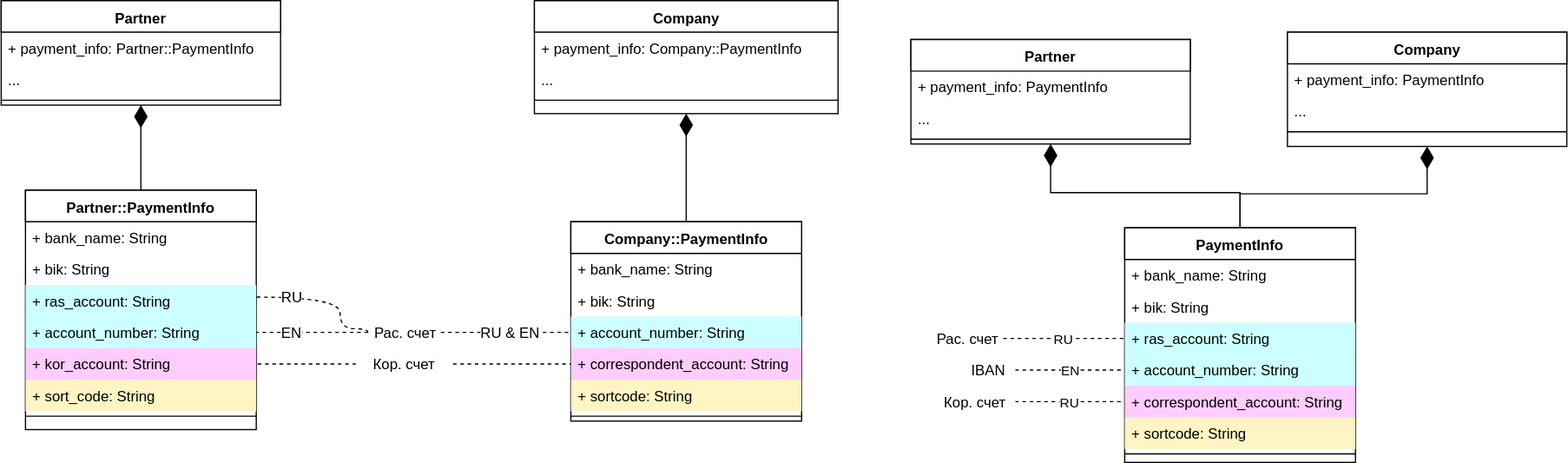
ajile/draw-io keeps this draw.io diagram as payment-info.svg. Above is the earlier version. Source tidied: cells renumbered, new cells last; positions are measured from the earlier drawing's top-left corner, leaving out a move shared by most shapes. Source of this version:
```xml
<mxGraphModel background="#ffffff">
  <root>
    <mxCell id="0" />
    <mxCell id="1" parent="0" />
    <mxCell id="2" style="edgeStyle=orthogonalEdgeStyle;rounded=0;html=1;jettySize=auto;endArrow=diamondThin;endFill=1;endSize=16;" parent="1" edge="1" source="3" target="18">
      <mxGeometry relative="1" as="geometry" />
    </mxCell>
    <mxCell id="3" value="Partner::&lt;span&gt;PaymentInfo&lt;/span&gt;" style="swimlane;html=1;fontStyle=1;align=center;verticalAlign=top;horizontal=1;startSize=26;swimlaneFillColor=#ffffff;" parent="1" vertex="1">
      <mxGeometry x="20" y="156" width="190" height="197" as="geometry" />
    </mxCell>
    <mxCell id="4" value="+ bank_name: String" style="text;html=1;strokeColor=none;fillColor=none;align=left;verticalAlign=top;spacingLeft=4;spacingRight=4;whiteSpace=wrap;overflow=hidden;" parent="3" vertex="1">
      <mxGeometry y="26" width="190" height="26" as="geometry" />
    </mxCell>
    <mxCell id="5" value="+ bik: String" style="text;html=1;strokeColor=none;fillColor=none;align=left;verticalAlign=top;spacingLeft=4;spacingRight=4;whiteSpace=wrap;overflow=hidden;" parent="3" vertex="1">
      <mxGeometry y="52" width="190" height="26" as="geometry" />
    </mxCell>
    <mxCell id="6" value="+ ras_account: String" style="text;html=1;strokeColor=none;fillColor=#CCFFFF;align=left;verticalAlign=top;spacingLeft=4;spacingRight=4;whiteSpace=wrap;overflow=hidden;points=[[0,0.5],[1,0.5]];portConstraint=eastwest;" parent="3" vertex="1">
      <mxGeometry y="78" width="190" height="26" as="geometry" />
    </mxCell>
    <mxCell id="7" value="+ account_number: String" style="text;html=1;strokeColor=none;fillColor=#CCFFFF;align=left;verticalAlign=top;spacingLeft=4;spacingRight=4;whiteSpace=wrap;overflow=hidden;points=[[0,0.5],[1,0.5]];portConstraint=eastwest;" parent="3" vertex="1">
      <mxGeometry y="104" width="190" height="26" as="geometry" />
    </mxCell>
    <mxCell id="8" value="+ kor_account: String" style="text;html=1;strokeColor=none;fillColor=#FFCCFF;align=left;verticalAlign=top;spacingLeft=4;spacingRight=4;whiteSpace=wrap;overflow=hidden;points=[[0,0.5],[1,0.5]];portConstraint=eastwest;" parent="3" vertex="1">
      <mxGeometry y="130" width="190" height="26" as="geometry" />
    </mxCell>
    <mxCell id="9" value="+ sort_code: String" style="text;html=1;strokeColor=none;fillColor=#FFF4C3;align=left;verticalAlign=top;spacingLeft=4;spacingRight=4;whiteSpace=wrap;overflow=hidden;" parent="3" vertex="1">
      <mxGeometry y="156" width="190" height="26" as="geometry" />
    </mxCell>
    <mxCell id="10" style="line;html=1;strokeWidth=1;fillColor=none;align=left;verticalAlign=middle;spacingTop=-1;spacingLeft=3;spacingRight=3;labelPosition=right;" parent="3" vertex="1">
      <mxGeometry y="182" width="190" height="8" as="geometry" />
    </mxCell>
    <mxCell id="11" value="Company::&lt;span&gt;PaymentInfo&lt;/span&gt;" style="swimlane;html=1;fontStyle=1;align=center;verticalAlign=top;horizontal=1;startSize=26;swimlaneFillColor=#ffffff;" parent="1" vertex="1">
      <mxGeometry x="469" y="182" width="190" height="164" as="geometry" />
    </mxCell>
    <mxCell id="12" value="+ bank_name: String" style="text;html=1;strokeColor=none;fillColor=none;align=left;verticalAlign=top;spacingLeft=4;spacingRight=4;whiteSpace=wrap;overflow=hidden;" parent="11" vertex="1">
      <mxGeometry y="26" width="190" height="26" as="geometry" />
    </mxCell>
    <mxCell id="13" value="+ bik: String" style="text;html=1;strokeColor=none;fillColor=none;align=left;verticalAlign=top;spacingLeft=4;spacingRight=4;whiteSpace=wrap;overflow=hidden;" parent="11" vertex="1">
      <mxGeometry y="52" width="190" height="26" as="geometry" />
    </mxCell>
    <mxCell id="14" value="+ account_number: String" style="text;html=1;strokeColor=none;fillColor=#CCFFFF;align=left;verticalAlign=top;spacingLeft=4;spacingRight=4;whiteSpace=wrap;overflow=hidden;points=[[0,0.5],[1,0.5]];portConstraint=eastwest;" parent="11" vertex="1">
      <mxGeometry y="78" width="190" height="26" as="geometry" />
    </mxCell>
    <mxCell id="15" value="+ correspondent_account: String" style="text;html=1;strokeColor=none;fillColor=#FFCCFF;align=left;verticalAlign=top;spacingLeft=4;spacingRight=4;whiteSpace=wrap;overflow=hidden;points=[[0,0.5],[1,0.5]];portConstraint=eastwest;" parent="11" vertex="1">
      <mxGeometry y="104" width="190" height="26" as="geometry" />
    </mxCell>
    <mxCell id="16" value="+ sortcode: String" style="text;html=1;strokeColor=none;fillColor=#FFF4C3;align=left;verticalAlign=top;spacingLeft=4;spacingRight=4;whiteSpace=wrap;overflow=hidden;" parent="11" vertex="1">
      <mxGeometry y="130" width="190" height="26" as="geometry" />
    </mxCell>
    <mxCell id="17" style="line;html=1;strokeWidth=1;fillColor=none;align=left;verticalAlign=middle;spacingTop=-1;spacingLeft=3;spacingRight=3;labelPosition=right;" parent="11" vertex="1">
      <mxGeometry y="156" width="190" height="8" as="geometry" />
    </mxCell>
    <mxCell id="18" value="Partner" style="swimlane;html=1;fontStyle=1;align=center;verticalAlign=top;horizontal=1;startSize=26;swimlaneFillColor=#ffffff;" parent="1" vertex="1">
      <mxGeometry width="230" height="86" as="geometry" />
    </mxCell>
    <mxCell id="19" value="+ payment_info: Partner::PaymentInfo" style="text;html=1;strokeColor=none;fillColor=none;align=left;verticalAlign=top;spacingLeft=4;spacingRight=4;whiteSpace=wrap;overflow=hidden;" parent="18" vertex="1">
      <mxGeometry y="26" width="230" height="26" as="geometry" />
    </mxCell>
    <mxCell id="20" value="..." style="text;html=1;strokeColor=none;fillColor=none;align=left;verticalAlign=top;spacingLeft=4;spacingRight=4;whiteSpace=wrap;overflow=hidden;" parent="18" vertex="1">
      <mxGeometry y="52" width="230" height="26" as="geometry" />
    </mxCell>
    <mxCell id="21" style="line;html=1;strokeWidth=1;fillColor=none;align=left;verticalAlign=middle;spacingTop=-1;spacingLeft=3;spacingRight=3;labelPosition=right;" parent="18" vertex="1">
      <mxGeometry y="78" width="230" height="8" as="geometry" />
    </mxCell>
    <mxCell id="22" value="Company" style="swimlane;html=1;fontStyle=1;align=center;verticalAlign=top;horizontal=1;startSize=26;swimlaneFillColor=#ffffff;" parent="1" vertex="1">
      <mxGeometry x="439" width="250" height="93" as="geometry" />
    </mxCell>
    <mxCell id="23" value="+ payment_info:&amp;nbsp;&lt;span&gt;Company&lt;/span&gt;::PaymentInfo" style="text;html=1;strokeColor=none;fillColor=none;align=left;verticalAlign=top;spacingLeft=4;spacingRight=4;whiteSpace=wrap;overflow=hidden;" parent="22" vertex="1">
      <mxGeometry y="26" width="250" height="26" as="geometry" />
    </mxCell>
    <mxCell id="24" value="..." style="text;html=1;strokeColor=none;fillColor=none;align=left;verticalAlign=top;spacingLeft=4;spacingRight=4;whiteSpace=wrap;overflow=hidden;" parent="22" vertex="1">
      <mxGeometry y="52" width="250" height="26" as="geometry" />
    </mxCell>
    <mxCell id="25" style="line;html=1;strokeWidth=1;fillColor=none;align=left;verticalAlign=middle;spacingTop=-1;spacingLeft=3;spacingRight=3;labelPosition=right;" parent="22" vertex="1">
      <mxGeometry y="78" width="250" height="8" as="geometry" />
    </mxCell>
    <mxCell id="26" style="edgeStyle=orthogonalEdgeStyle;rounded=0;html=1;jettySize=auto;endArrow=diamondThin;endFill=1;endSize=16;" parent="1" edge="1" source="11" target="22">
      <mxGeometry relative="1" as="geometry" />
    </mxCell>
    <mxCell id="27" style="edgeStyle=orthogonalEdgeStyle;rounded=0;html=1;endArrow=diamondThin;endFill=1;endSize=16;jettySize=auto;" parent="1" edge="1" source="29" target="41">
      <mxGeometry relative="1" as="geometry" />
    </mxCell>
    <mxCell id="28" style="rounded=0;html=1;endArrow=diamondThin;endFill=1;endSize=16;jettySize=auto;edgeStyle=orthogonalEdgeStyle;" parent="1" edge="1" source="29" target="37">
      <mxGeometry relative="1" as="geometry" />
    </mxCell>
    <mxCell id="29" value="&lt;span&gt;PaymentInfo&lt;/span&gt;" style="swimlane;html=1;fontStyle=1;align=center;verticalAlign=top;horizontal=1;startSize=26;swimlaneFillColor=#ffffff;" parent="1" vertex="1">
      <mxGeometry x="925" y="187" width="190" height="193" as="geometry" />
    </mxCell>
    <mxCell id="30" value="+ bank_name: String" style="text;html=1;strokeColor=none;fillColor=none;align=left;verticalAlign=top;spacingLeft=4;spacingRight=4;whiteSpace=wrap;overflow=hidden;points=[[0,0.5],[1,0.5]];portConstraint=eastwest;" parent="29" vertex="1">
      <mxGeometry y="26" width="190" height="26" as="geometry" />
    </mxCell>
    <mxCell id="31" value="+ bik: String" style="text;html=1;strokeColor=none;fillColor=none;align=left;verticalAlign=top;spacingLeft=4;spacingRight=4;whiteSpace=wrap;overflow=hidden;points=[[0,0.5],[1,0.5]];portConstraint=eastwest;" parent="29" vertex="1">
      <mxGeometry y="52" width="190" height="26" as="geometry" />
    </mxCell>
    <mxCell id="32" value="+ ras_account: String" style="text;html=1;strokeColor=none;fillColor=#CCFFFF;align=left;verticalAlign=top;spacingLeft=4;spacingRight=4;whiteSpace=wrap;overflow=hidden;points=[[0,0.5],[1,0.5]];portConstraint=eastwest;" parent="29" vertex="1">
      <mxGeometry y="78" width="190" height="26" as="geometry" />
    </mxCell>
    <mxCell id="33" value="+ account_number: String" style="text;html=1;strokeColor=none;fillColor=#CCFFFF;align=left;verticalAlign=top;spacingLeft=4;spacingRight=4;whiteSpace=wrap;overflow=hidden;points=[[0,0.5],[1,0.5]];portConstraint=eastwest;" parent="29" vertex="1">
      <mxGeometry y="104" width="190" height="26" as="geometry" />
    </mxCell>
    <mxCell id="34" value="+ correspondent_account: String" style="text;html=1;strokeColor=none;fillColor=#FFCCFF;align=left;verticalAlign=top;spacingLeft=4;spacingRight=4;whiteSpace=wrap;overflow=hidden;points=[[0,0.5],[1,0.5]];portConstraint=eastwest;" parent="29" vertex="1">
      <mxGeometry y="130" width="190" height="26" as="geometry" />
    </mxCell>
    <mxCell id="35" value="+ sortcode: String" style="text;html=1;strokeColor=none;fillColor=#FFF4C3;align=left;verticalAlign=top;spacingLeft=4;spacingRight=4;whiteSpace=wrap;overflow=hidden;points=[[0,0.5],[1,0.5]];portConstraint=eastwest;" parent="29" vertex="1">
      <mxGeometry y="156" width="190" height="26" as="geometry" />
    </mxCell>
    <mxCell id="36" style="line;html=1;strokeWidth=1;fillColor=none;align=left;verticalAlign=middle;spacingTop=-1;spacingLeft=3;spacingRight=3;labelPosition=right;" parent="29" vertex="1">
      <mxGeometry y="182" width="190" height="8" as="geometry" />
    </mxCell>
    <mxCell id="37" value="Company" style="swimlane;html=1;fontStyle=1;align=center;verticalAlign=top;horizontal=1;startSize=26;swimlaneFillColor=#ffffff;" parent="1" vertex="1">
      <mxGeometry x="1059" y="26" width="230" height="94" as="geometry" />
    </mxCell>
    <mxCell id="38" value="+ payment_info: PaymentInfo" style="text;html=1;strokeColor=none;fillColor=none;align=left;verticalAlign=top;spacingLeft=4;spacingRight=4;whiteSpace=wrap;overflow=hidden;" parent="37" vertex="1">
      <mxGeometry y="26" width="230" height="26" as="geometry" />
    </mxCell>
    <mxCell id="39" value="..." style="text;html=1;strokeColor=none;fillColor=none;align=left;verticalAlign=top;spacingLeft=4;spacingRight=4;whiteSpace=wrap;overflow=hidden;" parent="37" vertex="1">
      <mxGeometry y="52" width="230" height="26" as="geometry" />
    </mxCell>
    <mxCell id="40" style="line;html=1;strokeWidth=1;fillColor=none;align=left;verticalAlign=middle;spacingTop=-1;spacingLeft=3;spacingRight=3;labelPosition=right;" parent="37" vertex="1">
      <mxGeometry y="78" width="230" height="8" as="geometry" />
    </mxCell>
    <mxCell id="41" value="Partner" style="swimlane;html=1;fontStyle=1;align=center;verticalAlign=top;horizontal=1;startSize=26;swimlaneFillColor=#ffffff;" parent="1" vertex="1">
      <mxGeometry x="749" y="32" width="230" height="86" as="geometry" />
    </mxCell>
    <mxCell id="42" value="+ payment_info: PaymentInfo" style="text;html=1;strokeColor=none;fillColor=none;align=left;verticalAlign=top;spacingLeft=4;spacingRight=4;whiteSpace=wrap;overflow=hidden;" parent="41" vertex="1">
      <mxGeometry y="26" width="230" height="26" as="geometry" />
    </mxCell>
    <mxCell id="43" value="..." style="text;html=1;strokeColor=none;fillColor=none;align=left;verticalAlign=top;spacingLeft=4;spacingRight=4;whiteSpace=wrap;overflow=hidden;" parent="41" vertex="1">
      <mxGeometry y="52" width="230" height="26" as="geometry" />
    </mxCell>
    <mxCell id="44" style="line;html=1;strokeWidth=1;fillColor=none;align=left;verticalAlign=middle;spacingTop=-1;spacingLeft=3;spacingRight=3;labelPosition=right;" parent="41" vertex="1">
      <mxGeometry y="78" width="230" height="8" as="geometry" />
    </mxCell>
    <mxCell id="45" style="edgeStyle=orthogonalEdgeStyle;rounded=0;html=1;entryX=0;entryY=0.5;endArrow=none;endFill=0;endSize=16;jettySize=auto;dashed=1;curved=1;" parent="1" edge="1" source="47" target="15">
      <mxGeometry relative="1" as="geometry" />
    </mxCell>
    <mxCell id="46" style="edgeStyle=orthogonalEdgeStyle;rounded=0;html=1;dashed=1;endArrow=none;endFill=0;endSize=16;jettySize=auto;curved=1;" parent="1" edge="1" source="47" target="8">
      <mxGeometry relative="1" as="geometry" />
    </mxCell>
    <mxCell id="47" value="&lt;span&gt;Кор. счет&lt;/span&gt;" style="text;html=1;strokeColor=none;fillColor=none;align=center;verticalAlign=middle;whiteSpace=wrap;" parent="1" vertex="1">
      <mxGeometry x="292" y="289" width="80" height="20" as="geometry" />
    </mxCell>
    <mxCell id="48" style="edgeStyle=orthogonalEdgeStyle;rounded=0;html=1;entryX=0;entryY=0.5;dashed=1;endArrow=none;endFill=0;endSize=16;jettySize=auto;curved=1;" parent="1" edge="1" source="54" target="14">
      <mxGeometry relative="1" as="geometry" />
    </mxCell>
    <mxCell id="49" value="&lt;span&gt;RU &amp;amp; EN&lt;/span&gt;" style="text;html=1;align=center;verticalAlign=middle;labelBackgroundColor=#ffffff;" parent="48" vertex="1">
      <mxGeometry x="-0.23" y="-1" relative="1" as="geometry">
        <mxPoint x="16" y="-2" as="offset" />
      </mxGeometry>
    </mxCell>
    <mxCell id="50" style="edgeStyle=orthogonalEdgeStyle;rounded=0;html=1;dashed=1;endArrow=none;endFill=0;endSize=16;jettySize=auto;curved=1;exitX=0;exitY=0.5;" parent="1" edge="1" source="54" target="6">
      <mxGeometry relative="1" as="geometry">
        <Array as="points">
          <mxPoint x="279" y="270" />
          <mxPoint x="279" y="244" />
        </Array>
      </mxGeometry>
    </mxCell>
    <mxCell id="51" value="RU" style="text;html=1;align=center;verticalAlign=middle;labelBackgroundColor=#ffffff;" parent="50" vertex="1">
      <mxGeometry x="0.47" y="1" relative="1" as="geometry">
        <mxPoint x="-3" y="-2" as="offset" />
      </mxGeometry>
    </mxCell>
    <mxCell id="52" style="edgeStyle=orthogonalEdgeStyle;rounded=0;html=1;dashed=1;endArrow=none;endFill=0;endSize=16;jettySize=auto;curved=1;" parent="1" edge="1" source="54" target="7">
      <mxGeometry relative="1" as="geometry" />
    </mxCell>
    <mxCell id="53" value="EN" style="text;html=1;align=center;verticalAlign=middle;labelBackgroundColor=#ffffff;" parent="52" vertex="1">
      <mxGeometry x="0.15" y="2" relative="1" as="geometry">
        <mxPoint x="-10" y="-3" as="offset" />
      </mxGeometry>
    </mxCell>
    <mxCell id="54" value="&lt;span&gt;Рас. счет&lt;/span&gt;&lt;br&gt;" style="text;html=1;strokeColor=none;fillColor=none;align=center;verticalAlign=middle;whiteSpace=wrap;" parent="1" vertex="1">
      <mxGeometry x="302" y="263" width="60" height="20" as="geometry" />
    </mxCell>
    <mxCell id="55" value="&lt;span&gt;RU&lt;/span&gt;" style="edgeStyle=orthogonalEdgeStyle;curved=1;rounded=0;html=1;dashed=1;endArrow=none;endFill=0;endSize=16;jettySize=auto;" parent="1" edge="1" source="56" target="34">
      <mxGeometry relative="1" as="geometry" />
    </mxCell>
    <mxCell id="56" value="&lt;span&gt;Кор. счет&lt;/span&gt;" style="text;html=1;strokeColor=none;fillColor=none;align=center;verticalAlign=middle;whiteSpace=wrap;" parent="1" vertex="1">
      <mxGeometry x="769" y="320" width="66" height="20" as="geometry" />
    </mxCell>
    <mxCell id="57" value="&lt;span&gt;RU&lt;/span&gt;" style="edgeStyle=orthogonalEdgeStyle;curved=1;rounded=0;html=1;dashed=1;endArrow=none;endFill=0;endSize=16;jettySize=auto;" parent="1" edge="1" source="58" target="32">
      <mxGeometry relative="1" as="geometry" />
    </mxCell>
    <mxCell id="58" value="&lt;span&gt;Рас. счет&lt;/span&gt;&lt;br&gt;" style="text;html=1;strokeColor=none;fillColor=none;align=center;verticalAlign=middle;whiteSpace=wrap;" parent="1" vertex="1">
      <mxGeometry x="765" y="268" width="60" height="20" as="geometry" />
    </mxCell>
    <mxCell id="59" value="&lt;span&gt;EN&lt;/span&gt;" style="edgeStyle=orthogonalEdgeStyle;curved=1;rounded=0;html=1;dashed=1;endArrow=none;endFill=0;endSize=16;jettySize=auto;" parent="1" edge="1" source="60" target="33">
      <mxGeometry relative="1" as="geometry" />
    </mxCell>
    <mxCell id="60" value="IBAN&lt;br&gt;" style="text;html=1;strokeColor=none;fillColor=none;align=center;verticalAlign=middle;whiteSpace=wrap;" parent="1" vertex="1">
      <mxGeometry x="789" y="294" width="46" height="20" as="geometry" />
    </mxCell>
  </root>
</mxGraphModel>
```
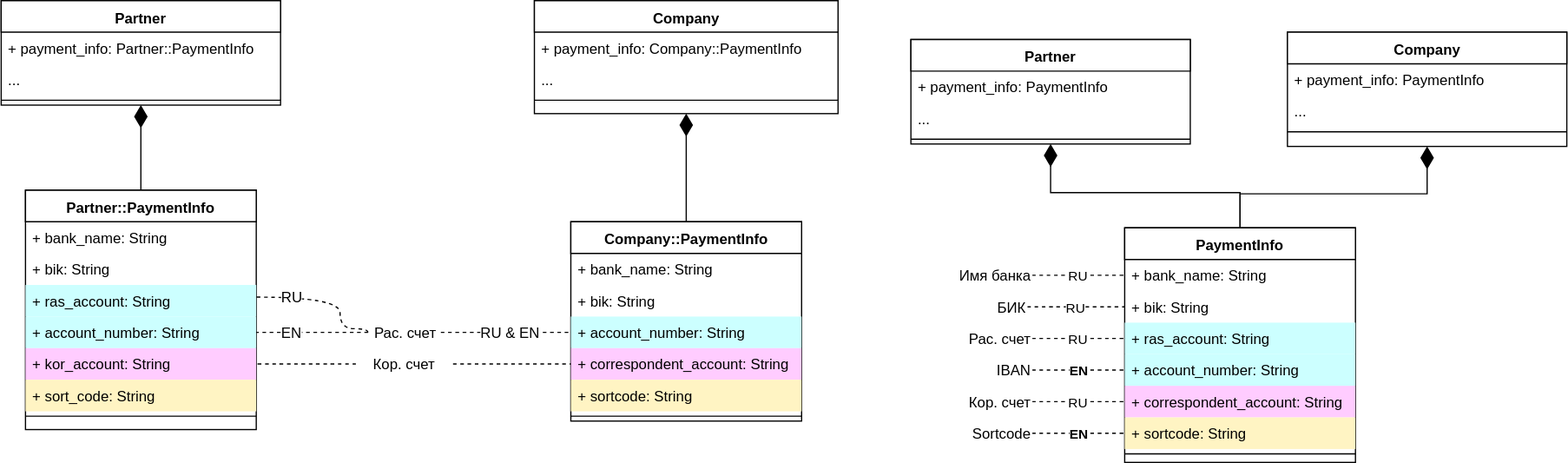
Later version of the same file.

Diff of the diagram source:
```diff
@@ -175,20 +175,38 @@
     <mxCell id="55" value="&lt;span&gt;RU&lt;/span&gt;" style="edgeStyle=orthogonalEdgeStyle;curved=1;rounded=0;html=1;dashed=1;endArrow=none;endFill=0;endSize=16;jettySize=auto;" parent="1" edge="1" source="56" target="34">
       <mxGeometry relative="1" as="geometry" />
     </mxCell>
-    <mxCell id="56" value="&lt;span&gt;Кор. счет&lt;/span&gt;" style="text;html=1;strokeColor=none;fillColor=none;align=center;verticalAlign=middle;whiteSpace=wrap;" parent="1" vertex="1">
-      <mxGeometry x="769" y="320" width="66" height="20" as="geometry" />
+    <mxCell id="56" value="&lt;span&gt;Кор. счет&lt;/span&gt;" style="text;html=1;strokeColor=none;fillColor=none;align=right;verticalAlign=middle;whiteSpace=wrap;" parent="1" vertex="1">
+      <mxGeometry x="769" y="320" width="80" height="20" as="geometry" />
     </mxCell>
     <mxCell id="57" value="&lt;span&gt;RU&lt;/span&gt;" style="edgeStyle=orthogonalEdgeStyle;curved=1;rounded=0;html=1;dashed=1;endArrow=none;endFill=0;endSize=16;jettySize=auto;" parent="1" edge="1" source="58" target="32">
       <mxGeometry relative="1" as="geometry" />
     </mxCell>
-    <mxCell id="58" value="&lt;span&gt;Рас. счет&lt;/span&gt;&lt;br&gt;" style="text;html=1;strokeColor=none;fillColor=none;align=center;verticalAlign=middle;whiteSpace=wrap;" parent="1" vertex="1">
-      <mxGeometry x="765" y="268" width="60" height="20" as="geometry" />
+    <mxCell id="58" value="&lt;span&gt;Рас. счет&lt;/span&gt;&lt;br&gt;" style="text;html=1;strokeColor=none;fillColor=none;align=right;verticalAlign=middle;whiteSpace=wrap;" parent="1" vertex="1">
+      <mxGeometry x="765" y="268" width="84" height="20" as="geometry" />
     </mxCell>
-    <mxCell id="59" value="&lt;span&gt;EN&lt;/span&gt;" style="edgeStyle=orthogonalEdgeStyle;curved=1;rounded=0;html=1;dashed=1;endArrow=none;endFill=0;endSize=16;jettySize=auto;" parent="1" edge="1" source="60" target="33">
+    <mxCell id="59" value="&lt;span&gt;EN&lt;/span&gt;" style="edgeStyle=orthogonalEdgeStyle;curved=1;rounded=0;html=1;dashed=1;endArrow=none;endFill=0;endSize=16;jettySize=auto;fontStyle=1;" parent="1" edge="1" source="60" target="33">
       <mxGeometry relative="1" as="geometry" />
     </mxCell>
-    <mxCell id="60" value="IBAN&lt;br&gt;" style="text;html=1;strokeColor=none;fillColor=none;align=center;verticalAlign=middle;whiteSpace=wrap;" parent="1" vertex="1">
-      <mxGeometry x="789" y="294" width="46" height="20" as="geometry" />
+    <mxCell id="60" value="IBAN&lt;br&gt;" style="text;html=1;strokeColor=none;fillColor=none;align=right;verticalAlign=middle;whiteSpace=wrap;" parent="1" vertex="1">
+      <mxGeometry x="789" y="294" width="60" height="20" as="geometry" />
     </mxCell>
+    <mxCell id="61" value="EN" style="edgeStyle=orthogonalEdgeStyle;curved=1;rounded=0;html=1;dashed=1;endArrow=none;endFill=0;endSize=16;jettySize=auto;fontStyle=1;" parent="1" edge="1" source="62" target="35">
+      <mxGeometry relative="1" as="geometry" />
+    </mxCell>
+    <mxCell id="62" value="Sortcode" style="text;html=1;strokeColor=none;fillColor=none;align=right;verticalAlign=middle;whiteSpace=wrap;" parent="1" vertex="1">
+      <mxGeometry x="779" y="346" width="70" height="20" as="geometry" />
+    </mxCell>
+    <mxCell id="63" value="RU" style="edgeStyle=orthogonalEdgeStyle;curved=1;rounded=0;html=1;dashed=1;endArrow=none;endFill=0;endSize=16;jettySize=auto;" parent="1" edge="1" source="64" target="31">
+      <mxGeometry relative="1" as="geometry" />
+    </mxCell>
+    <mxCell id="64" value="БИК" style="text;html=1;strokeColor=none;fillColor=none;align=right;verticalAlign=middle;whiteSpace=wrap;" parent="1" vertex="1">
+      <mxGeometry x="809" y="242" width="36" height="20" as="geometry" />
+    </mxCell>
+    <mxCell id="65" value="RU" style="edgeStyle=orthogonalEdgeStyle;curved=1;rounded=0;html=1;dashed=1;endArrow=none;endFill=0;endSize=16;jettySize=auto;" parent="1" edge="1" source="66" target="30">
+      <mxGeometry relative="1" as="geometry" />
+    </mxCell>
+    <mxCell id="66" value="Имя банка" style="text;html=1;strokeColor=none;fillColor=none;align=right;verticalAlign=middle;whiteSpace=wrap;" parent="1" vertex="1">
+      <mxGeometry x="759" y="216" width="90" height="20" as="geometry" />
+    </mxCell>
   </root>
 </mxGraphModel>
```
